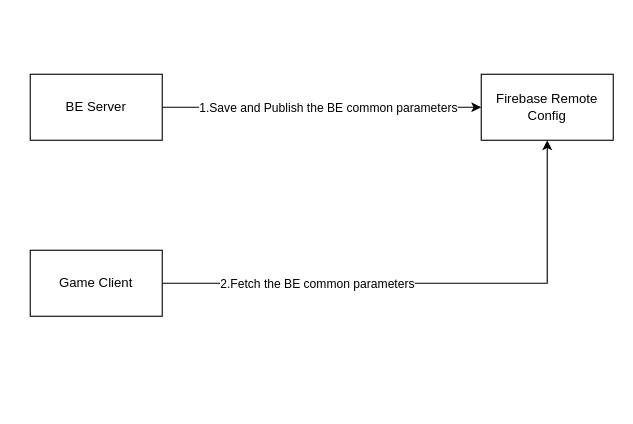
yaohuiwu/SimpleFS keeps this draw.io diagram as CommonJSON_firebase_remote_config.drawio. Above is the earlier version. Source tidied: cells renumbered, new cells numbered last; positions are measured from the earlier drawing's top-left corner, leaving out a move shared by most shapes. Both pictures are drawn from the tidied source at 110%, with x=0, y=0 at pixel (30, 74).
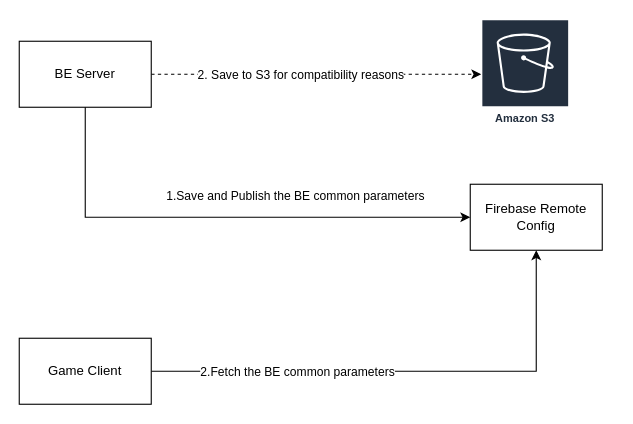
Above is the later version.

What changed in the source:
```diff
@@
 <mxGraphModel>
   <root>
     <mxCell id="0" />
     <mxCell id="1" parent="0" />
-    <mxCell id="2" style="edgeStyle=orthogonalEdgeStyle;rounded=0;jettySize=auto;html=1;exitX=1;exitY=0.5;exitDx=0;exitDy=0;entryX=0;entryY=0.5;entryDx=0;entryDy=0;" parent="1" edge="1" source="4" target="5">
-      <mxGeometry relative="1" as="geometry" />
+    <mxCell id="2" style="edgeStyle=orthogonalEdgeStyle;rounded=0;jettySize=auto;html=1;" parent="1" edge="1" target="5">
+      <mxGeometry relative="1" as="geometry">
+        <mxPoint x="50" as="sourcePoint" />
+        <Array as="points">
+          <mxPoint x="50" y="130" />
+        </Array>
+      </mxGeometry>
     </mxCell>
     <mxCell id="3" value="1.Save and Publish the&amp;nbsp;&lt;span style=&quot;background-color: rgb(255, 255, 255); color: rgb(0, 0, 0); --darkreader-inline-bgcolor: #2d2b27; --darkreader-inline-color: #fffff2;&quot;&gt;BE common parameters&lt;/span&gt;" style="edgeLabel;html=1;align=center;verticalAlign=middle;" parent="2" vertex="1">
       <mxGeometry x="-0.04" y="1" relative="1" as="geometry">
-        <mxPoint x="11" y="1" as="offset" />
+        <mxPoint x="90" y="-19" as="offset" />
       </mxGeometry>
     </mxCell>
+    <mxCell id="9" style="edgeStyle=orthogonalEdgeStyle;rounded=0;jettySize=auto;html=1;exitX=1;exitY=0.5;exitDx=0;exitDy=0;dashed=1;" parent="1" edge="1" source="4" target="11">
+      <mxGeometry relative="1" as="geometry" />
+    </mxCell>
+    <mxCell id="10" value="2. Save to S3 for compatibility reasons" style="edgeLabel;html=1;align=center;verticalAlign=middle;" parent="9" vertex="1">
+      <mxGeometry x="-0.35" y="1" relative="1" as="geometry">
+        <mxPoint x="37" y="1" as="offset" />
+      </mxGeometry>
+    </mxCell>
     <mxCell id="4" value="BE Server" style="rounded=0;whiteSpace=wrap;html=1;" parent="1" vertex="1">
-      <mxGeometry width="120" height="60" as="geometry" />
+      <mxGeometry x="-10" y="-30" width="120" height="60" as="geometry" />
     </mxCell>
     <mxCell id="5" value="Firebase Remote Config" style="rounded=0;whiteSpace=wrap;html=1;" parent="1" vertex="1">
-      <mxGeometry x="410" width="120" height="60" as="geometry" />
+      <mxGeometry x="400" y="100" width="120" height="60" as="geometry" />
     </mxCell>
     <mxCell id="6" style="edgeStyle=orthogonalEdgeStyle;rounded=0;jettySize=auto;html=1;exitX=1;exitY=0.5;exitDx=0;exitDy=0;entryX=0.5;entryY=1;entryDx=0;entryDy=0;" parent="1" edge="1" source="8" target="5">
       <mxGeometry relative="1" as="geometry" />
     </mxCell>
     <mxCell id="7" value="2.Fetch the BE common parameters" style="edgeLabel;html=1;align=center;verticalAlign=middle;" parent="6" vertex="1">
       <mxGeometry x="-0.23" y="-1" relative="1" as="geometry">
         <mxPoint x="-45" y="-1" as="offset" />
       </mxGeometry>
     </mxCell>
     <mxCell id="8" value="Game Client" style="rounded=0;whiteSpace=wrap;html=1;" parent="1" vertex="1">
-      <mxGeometry y="160" width="120" height="60" as="geometry" />
+      <mxGeometry x="-10" y="240" width="120" height="60" as="geometry" />
     </mxCell>
+    <mxCell id="11" value="Amazon S3" style="sketch=0;outlineConnect=0;fontColor=#232F3E;gradientColor=none;strokeColor=#ffffff;fillColor=#232F3E;dashed=0;verticalLabelPosition=middle;verticalAlign=bottom;align=center;html=1;whiteSpace=wrap;fontSize=10;fontStyle=1;spacing=3;shape=mxgraph.aws4.productIcon;prIcon=mxgraph.aws4.s3;" parent="1" vertex="1">
+      <mxGeometry x="410" y="-50" width="80" height="100" as="geometry" />
+    </mxCell>
   </root>
 </mxGraphModel>
```
